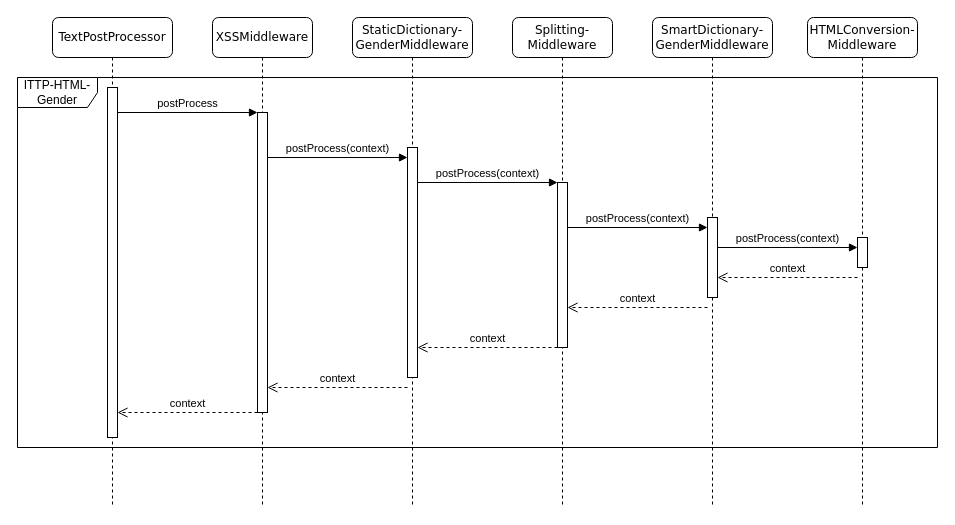
SteiningerSebastian/Gendernix keeps this draw.io diagram as sequence_component_gendernix.drawio. Above is the earlier version. Source tidied: cells renumbered, new cells numbered last; positions are measured from the earlier drawing's top-left corner, leaving out a move shared by most shapes. Both pictures are drawn from the tidied source at 100%, with x=0, y=0 at pixel (17, 17).
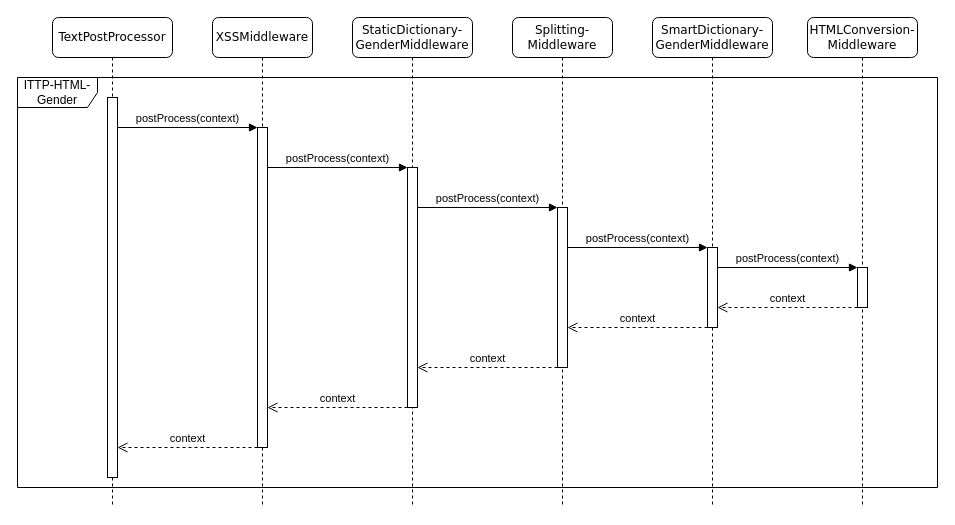
The same page after the edit.

The change refers to these unchanged cells:
```xml
<mxCell id="3" value="StaticDictionary-GenderMiddleware" style="shape=umlLifeline;perimeter=lifelinePerimeter;whiteSpace=wrap;html=1;rounded=1;shadow=0;comic=0;labelBackgroundColor=none;strokeWidth=1;fontFamily=Verdana;fontSize=12;align=center;" parent="1" vertex="1">
  <mxGeometry x="335" width="120" height="490" as="geometry" />
</mxCell>
<mxCell id="6" value="SmartDictionary-GenderMiddleware" style="shape=umlLifeline;perimeter=lifelinePerimeter;whiteSpace=wrap;html=1;rounded=1;shadow=0;comic=0;labelBackgroundColor=none;strokeWidth=1;fontFamily=Verdana;fontSize=12;align=center;" parent="1" vertex="1">
  <mxGeometry x="635" width="120" height="490" as="geometry" />
</mxCell>
<mxCell id="8" value="HTMLConversion-Middleware" style="shape=umlLifeline;perimeter=lifelinePerimeter;whiteSpace=wrap;html=1;rounded=1;shadow=0;comic=0;labelBackgroundColor=none;strokeWidth=1;fontFamily=Verdana;fontSize=12;align=center;" parent="1" vertex="1">
  <mxGeometry x="790" width="110" height="490" as="geometry" />
</mxCell>
```

Diff of the diagram source:
```diff
@@
     <mxCell id="4" style="html=1;points=[[0,0,0,0,5],[0,1,0,0,-5],[1,0,0,0,5],[1,1,0,0,-5]];perimeter=orthogonalPerimeter;outlineConnect=0;targetShapes=umlLifeline;portConstraint=eastwest;newEdgeStyle={&quot;curved&quot;:0,&quot;rounded&quot;:0};" parent="3" vertex="1">
-      <mxGeometry x="55" y="130" width="10" height="230" as="geometry" />
+      <mxGeometry x="55" y="150" width="10" height="240" as="geometry" />
     </mxCell>
@@
     <mxCell id="7" style="html=1;points=[[0,0,0,0,5],[0,1,0,0,-5],[1,0,0,0,5],[1,1,0,0,-5]];perimeter=orthogonalPerimeter;outlineConnect=0;targetShapes=umlLifeline;portConstraint=eastwest;newEdgeStyle={&quot;curved&quot;:0,&quot;rounded&quot;:0};" parent="6" vertex="1">
-      <mxGeometry x="55" y="200" width="10" height="80" as="geometry" />
+      <mxGeometry x="55" y="230" width="10" height="80" as="geometry" />
     </mxCell>
@@
     <mxCell id="9" style="html=1;perimeter=orthogonalPerimeter;targetShapes=umlLifeline;newEdgeStyle={&quot;curved&quot;:0,&quot;rounded&quot;:0};" parent="8" vertex="1">
-      <mxGeometry x="50" y="220" width="10" height="30" as="geometry" />
+      <mxGeometry x="50" y="250" width="10" height="40" as="geometry" />
     </mxCell>
@@
     <mxCell id="11" value="ITTP-HTML-Gender" style="shape=umlFrame;whiteSpace=wrap;html=1;width=80;height=30;" parent="1" vertex="1">
-      <mxGeometry y="60" width="920" height="370" as="geometry" />
+      <mxGeometry y="60" width="920" height="410" as="geometry" />
     </mxCell>
     <mxCell id="12" style="html=1;points=[[0,0,0,0,5],[0,1,0,0,-5],[1,0,0,0,5],[1,1,0,0,-5]];perimeter=orthogonalPerimeter;outlineConnect=0;targetShapes=umlLifeline;portConstraint=eastwest;newEdgeStyle={&quot;curved&quot;:0,&quot;rounded&quot;:0};" parent="1" vertex="1">
-      <mxGeometry x="240" y="95" width="10" height="300" as="geometry" />
+      <mxGeometry x="240" y="110" width="10" height="320" as="geometry" />
     </mxCell>
     <mxCell id="13" style="html=1;perimeter=orthogonalPerimeter;targetShapes=umlLifeline;newEdgeStyle={&quot;curved&quot;:0,&quot;rounded&quot;:0};" parent="1" vertex="1">
-      <mxGeometry x="90" y="70" width="10" height="350" as="geometry" />
+      <mxGeometry x="90" y="80" width="10" height="380" as="geometry" />
     </mxCell>
     <mxCell id="14" style="html=1;perimeter=orthogonalPerimeter;targetShapes=umlLifeline;newEdgeStyle={&quot;curved&quot;:0,&quot;rounded&quot;:0};" parent="1" vertex="1">
-      <mxGeometry x="540" y="165" width="10" height="165" as="geometry" />
+      <mxGeometry x="540" y="190" width="10" height="160" as="geometry" />
     </mxCell>
-    <mxCell id="15" value="postProcess" style="html=1;verticalAlign=bottom;endArrow=block;curved=0;rounded=0;" parent="1" edge="1" target="12">
-      <mxGeometry relative="1" as="geometry">
-        <mxPoint x="100" y="95" as="sourcePoint" />
-      </mxGeometry>
-    </mxCell>
-    <mxCell id="16" value="postProcess(context)" style="html=1;verticalAlign=bottom;endArrow=block;curved=0;rounded=0;" parent="1" edge="1" target="4">
-      <mxGeometry relative="1" as="geometry">
-        <mxPoint x="250" y="140" as="sourcePoint" />
-      </mxGeometry>
-    </mxCell>
-    <mxCell id="17" value="postProcess(context)" style="html=1;verticalAlign=bottom;endArrow=block;curved=0;rounded=0;" parent="1" edge="1">
-      <mxGeometry relative="1" as="geometry">
-        <mxPoint x="400" y="165" as="sourcePoint" />
-        <mxPoint x="540" y="165" as="targetPoint" />
-      </mxGeometry>
-    </mxCell>
-    <mxCell id="18" value="postProcess(context)" style="html=1;verticalAlign=bottom;endArrow=block;curved=0;rounded=0;" parent="1" edge="1">
-      <mxGeometry relative="1" as="geometry">
-        <mxPoint x="550" y="210" as="sourcePoint" />
-        <mxPoint x="690" y="210" as="targetPoint" />
-      </mxGeometry>
-    </mxCell>
-    <mxCell id="19" value="postProcess(context)" style="html=1;verticalAlign=bottom;endArrow=block;curved=0;rounded=0;" parent="1" edge="1">
-      <mxGeometry relative="1" as="geometry">
-        <mxPoint x="700" y="230" as="sourcePoint" />
-        <mxPoint x="840" y="230" as="targetPoint" />
-      </mxGeometry>
-    </mxCell>
-    <mxCell id="20" value="context" style="html=1;verticalAlign=bottom;endArrow=open;dashed=1;endSize=8;curved=0;rounded=0;" parent="1" edge="1" target="7">
-      <mxGeometry relative="1" as="geometry">
-        <mxPoint x="840" y="260" as="sourcePoint" />
-      </mxGeometry>
-    </mxCell>
-    <mxCell id="21" value="context" style="html=1;verticalAlign=bottom;endArrow=open;dashed=1;endSize=8;curved=0;rounded=0;" parent="1" edge="1">
-      <mxGeometry relative="1" as="geometry">
-        <mxPoint x="690" y="290" as="sourcePoint" />
-        <mxPoint x="550" y="290" as="targetPoint" />
-      </mxGeometry>
-    </mxCell>
-    <mxCell id="22" value="context" style="html=1;verticalAlign=bottom;endArrow=open;dashed=1;endSize=8;curved=0;rounded=0;" parent="1" edge="1">
-      <mxGeometry relative="1" as="geometry">
-        <mxPoint x="540" y="330" as="sourcePoint" />
-        <mxPoint x="400" y="330" as="targetPoint" />
-      </mxGeometry>
-    </mxCell>
-    <mxCell id="23" value="context" style="html=1;verticalAlign=bottom;endArrow=open;dashed=1;endSize=8;curved=0;rounded=0;" parent="1" edge="1">
-      <mxGeometry relative="1" as="geometry">
-        <mxPoint x="390" y="370" as="sourcePoint" />
-        <mxPoint x="250" y="370" as="targetPoint" />
-      </mxGeometry>
-    </mxCell>
-    <mxCell id="24" value="context" style="html=1;verticalAlign=bottom;endArrow=open;dashed=1;endSize=8;curved=0;rounded=0;" parent="1" edge="1">
-      <mxGeometry relative="1" as="geometry">
-        <mxPoint x="240" y="395" as="sourcePoint" />
-        <mxPoint x="100" y="395" as="targetPoint" />
-      </mxGeometry>
-    </mxCell>
+    <mxCell id="25" value="postProcess(context)" style="html=1;verticalAlign=bottom;endArrow=block;curved=0;rounded=0;" parent="1" edge="1">
+      <mxGeometry relative="1" as="geometry">
+        <mxPoint x="100" y="110" as="sourcePoint" />
+        <mxPoint x="240" y="110" as="targetPoint" />
+      </mxGeometry>
+    </mxCell>
+    <mxCell id="26" value="postProcess(context)" style="html=1;verticalAlign=bottom;endArrow=block;curved=0;rounded=0;" parent="1" edge="1">
+      <mxGeometry relative="1" as="geometry">
+        <mxPoint x="250" y="150" as="sourcePoint" />
+        <mxPoint x="390" y="150" as="targetPoint" />
+      </mxGeometry>
+    </mxCell>
+    <mxCell id="27" value="postProcess(context)" style="html=1;verticalAlign=bottom;endArrow=block;curved=0;rounded=0;" parent="1" edge="1">
+      <mxGeometry relative="1" as="geometry">
+        <mxPoint x="400" y="190" as="sourcePoint" />
+        <mxPoint x="540" y="190" as="targetPoint" />
+      </mxGeometry>
+    </mxCell>
+    <mxCell id="28" value="postProcess(context)" style="html=1;verticalAlign=bottom;endArrow=block;curved=0;rounded=0;" parent="1" edge="1">
+      <mxGeometry relative="1" as="geometry">
+        <mxPoint x="550" y="230" as="sourcePoint" />
+        <mxPoint x="690" y="230" as="targetPoint" />
+      </mxGeometry>
+    </mxCell>
+    <mxCell id="29" value="postProcess(context)" style="html=1;verticalAlign=bottom;endArrow=block;curved=0;rounded=0;" parent="1" edge="1">
+      <mxGeometry relative="1" as="geometry">
+        <mxPoint x="700" y="250" as="sourcePoint" />
+        <mxPoint x="840" y="250" as="targetPoint" />
+      </mxGeometry>
+    </mxCell>
+    <mxCell id="30" value="context" style="html=1;verticalAlign=bottom;endArrow=open;dashed=1;endSize=8;curved=0;rounded=0;" parent="1" edge="1">
+      <mxGeometry relative="1" as="geometry">
+        <mxPoint x="840" y="290" as="sourcePoint" />
+        <mxPoint x="700" y="290" as="targetPoint" />
+      </mxGeometry>
+    </mxCell>
+    <mxCell id="31" value="context" style="html=1;verticalAlign=bottom;endArrow=open;dashed=1;endSize=8;curved=0;rounded=0;" parent="1" edge="1">
+      <mxGeometry relative="1" as="geometry">
+        <mxPoint x="690" y="310" as="sourcePoint" />
+        <mxPoint x="550" y="310" as="targetPoint" />
+      </mxGeometry>
+    </mxCell>
+    <mxCell id="32" value="context" style="html=1;verticalAlign=bottom;endArrow=open;dashed=1;endSize=8;curved=0;rounded=0;" parent="1" edge="1">
+      <mxGeometry relative="1" as="geometry">
+        <mxPoint x="540" y="350" as="sourcePoint" />
+        <mxPoint x="400" y="350" as="targetPoint" />
+      </mxGeometry>
+    </mxCell>
+    <mxCell id="33" value="context" style="html=1;verticalAlign=bottom;endArrow=open;dashed=1;endSize=8;curved=0;rounded=0;" parent="1" edge="1">
+      <mxGeometry relative="1" as="geometry">
+        <mxPoint x="390" y="390" as="sourcePoint" />
+        <mxPoint x="250" y="390" as="targetPoint" />
+      </mxGeometry>
+    </mxCell>
+    <mxCell id="34" value="context" style="html=1;verticalAlign=bottom;endArrow=open;dashed=1;endSize=8;curved=0;rounded=0;" parent="1" edge="1">
+      <mxGeometry relative="1" as="geometry">
+        <mxPoint x="240" y="430" as="sourcePoint" />
+        <mxPoint x="100" y="430" as="targetPoint" />
+      </mxGeometry>
+    </mxCell>
```
